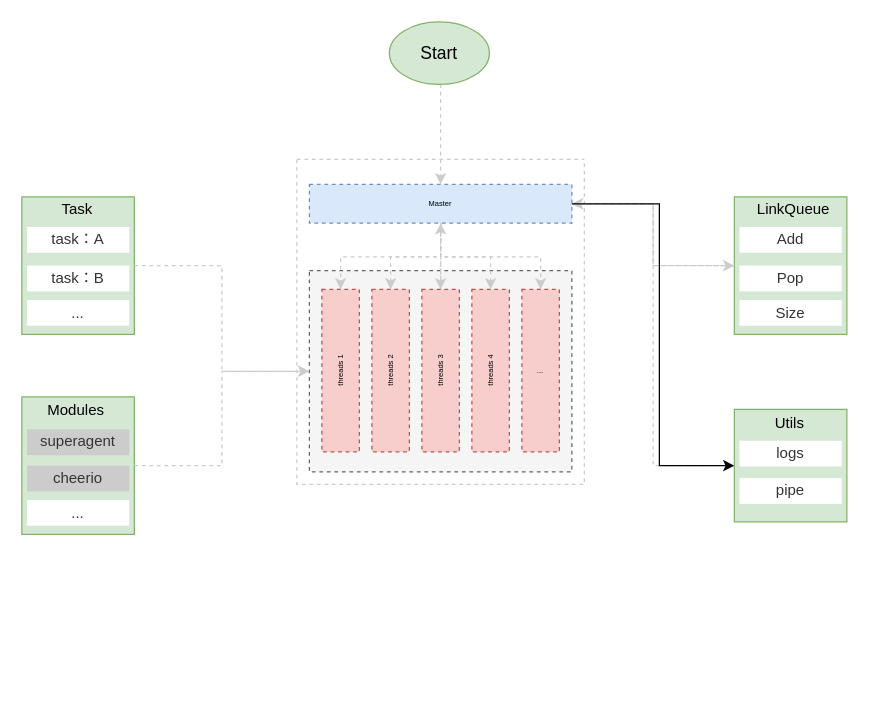
Above: Untitled Diagram.drawio in cliek/files (draw.io), before the change. Source tidied: cells renumbered, new cells numbered last; positions are measured from the earlier drawing's top-left corner, leaving out a move shared by most shapes. Both pictures are drawn from the tidied source at 125%, with x=0, y=0 at pixel (21, 21).
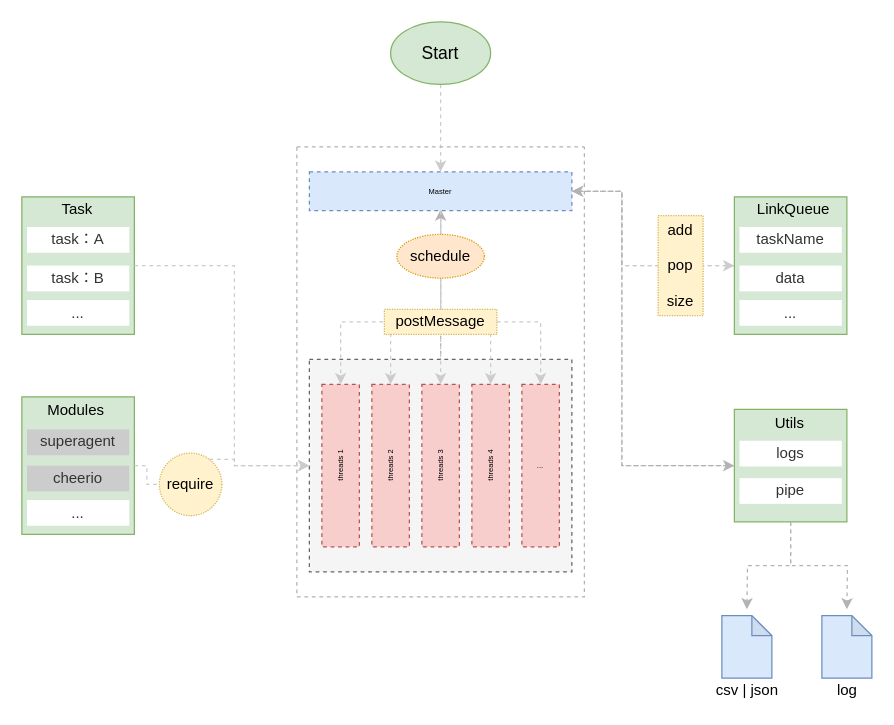
The same diagram, later.

Unchanged cells that the change refers to:
```xml
<mxCell id="3" style="rounded=0;whiteSpace=wrap;html=1;fillColor=#d5e8d4;strokeColor=#82b366;" parent="2" vertex="1">
  <mxGeometry width="90" height="110" as="geometry" />
</mxCell>
<mxCell id="11" style="rounded=0;whiteSpace=wrap;html=1;fillColor=#d5e8d4;strokeColor=#82b366;" parent="10" vertex="1">
  <mxGeometry width="90" height="110" as="geometry" />
</mxCell>
<mxCell id="41" style="rounded=0;whiteSpace=wrap;html=1;fillColor=#d5e8d4;strokeColor=#82b366;" parent="40" vertex="1">
  <mxGeometry width="90" height="90" as="geometry" />
</mxCell>
```

What changed in the source:
```diff
@@
+    <mxCell id="47" style="edgeStyle=none;rounded=0;jettySize=auto;html=1;dashed=1;strokeColor=#B3B3B3;" parent="1" edge="1" source="27">
+      <mxGeometry relative="1" as="geometry">
+        <mxPoint x="335" y="150" as="targetPoint" />
+        <Array as="points">
+          <mxPoint x="335" y="200" />
+        </Array>
+      </mxGeometry>
+    </mxCell>
@@
     <mxCell id="9" value="&lt;font style=&quot;font-size: 14px&quot;&gt;Start&lt;/font&gt;" style="ellipse;whiteSpace=wrap;html=1;fillColor=#d5e8d4;strokeColor=#82b366;" parent="1" vertex="1">
-      <mxGeometry x="294" width="80" height="50" as="geometry" />
+      <mxGeometry x="295" width="80" height="50" as="geometry" />
     </mxCell>
@@
-    <mxCell id="16" style="swimlane;startSize=0;dashed=1;fontSize=6;strokeColor=#CCCCCC;strokeWidth=1;fillColor=#ffffff;" parent="1" vertex="1">
-      <mxGeometry x="220" y="110" width="230" height="260" as="geometry" />
+    <mxCell id="16" style="swimlane;startSize=0;dashed=1;fontSize=6;strokeWidth=1;fillColor=#B3B3B3;strokeColor=#B3B3B3;" parent="1" vertex="1">
+      <mxGeometry x="220" y="100" width="230" height="360" as="geometry" />
     </mxCell>
+    <mxCell id="23" value="Master" style="whiteSpace=wrap;html=1;dashed=1;fontSize=6;strokeColor=#6c8ebf;strokeWidth=1;fillColor=#dae8fc;" parent="16" vertex="1">
+      <mxGeometry x="10" y="20" width="210" height="31" as="geometry" />
+    </mxCell>
     <mxCell id="17" style="rounded=0;whiteSpace=wrap;html=1;dashed=1;fontSize=6;fontColor=#333333;strokeColor=#666666;strokeWidth=1;fillColor=#f5f5f5;verticalAlign=middle;" parent="16" vertex="1">
-      <mxGeometry x="10" y="89" width="210" height="161" as="geometry" />
+      <mxGeometry x="10" y="170" width="210" height="170" as="geometry" />
     </mxCell>
-    <mxCell id="18" style="edgeStyle=elbowEdgeStyle;rounded=0;jettySize=auto;elbow=vertical;html=1;entryX=0.5;entryY=0;entryDx=0;entryDy=0;dashed=1;fontSize=6;strokeColor=#CCCCCC;" parent="16" edge="1" source="23" target="29">
-      <mxGeometry relative="1" as="geometry" />
-    </mxCell>
-    <mxCell id="19" style="edgeStyle=elbowEdgeStyle;rounded=0;jettySize=auto;elbow=vertical;html=1;entryX=0.5;entryY=0;entryDx=0;entryDy=0;dashed=1;fontSize=6;strokeColor=#CCCCCC;" parent="16" edge="1" source="23" target="28">
-      <mxGeometry relative="1" as="geometry" />
-    </mxCell>
+    <mxCell id="24" value="threads 1" style="whiteSpace=wrap;html=1;dashed=1;fontSize=6;strokeColor=#b85450;strokeWidth=1;fillColor=#f8cecc;horizontal=0;verticalAlign=middle;" parent="16" vertex="1">
+      <mxGeometry x="20" y="190" width="30" height="130" as="geometry" />
+    </mxCell>
+    <mxCell id="25" value="threads 2" style="whiteSpace=wrap;html=1;dashed=1;fontSize=6;strokeColor=#b85450;strokeWidth=1;fillColor=#f8cecc;horizontal=0;" parent="16" vertex="1">
+      <mxGeometry x="60" y="190" width="30" height="130" as="geometry" />
+    </mxCell>
+    <mxCell id="27" value="threads 3" style="whiteSpace=wrap;html=1;dashed=1;fontSize=6;strokeColor=#b85450;strokeWidth=1;fillColor=#f8cecc;horizontal=0;" parent="16" vertex="1">
+      <mxGeometry x="100" y="190" width="30" height="130" as="geometry" />
+    </mxCell>
+    <mxCell id="28" value="threads 4" style="whiteSpace=wrap;html=1;dashed=1;fontSize=6;strokeColor=#b85450;strokeWidth=1;fillColor=#f8cecc;horizontal=0;" parent="16" vertex="1">
+      <mxGeometry x="140" y="190" width="30" height="130" as="geometry" />
+    </mxCell>
+    <mxCell id="29" value="..." style="whiteSpace=wrap;html=1;dashed=1;fontSize=6;strokeColor=#b85450;strokeWidth=1;fillColor=#f8cecc;" parent="16" vertex="1">
+      <mxGeometry x="180" y="190" width="30" height="130" as="geometry" />
+    </mxCell>
-    <mxCell id="20" style="edgeStyle=elbowEdgeStyle;rounded=0;jettySize=auto;elbow=vertical;html=1;entryX=0.5;entryY=0;entryDx=0;entryDy=0;dashed=1;fontSize=6;strokeColor=#CCCCCC;" parent="16" edge="1" source="23" target="27">
-      <mxGeometry relative="1" as="geometry" />
+    <mxCell id="20" style="edgeStyle=elbowEdgeStyle;rounded=0;orthogonalLoop=1;jettySize=auto;elbow=vertical;html=1;dashed=1;fontSize=6;strokeColor=#CCCCCC;" parent="16" edge="1">
+      <mxGeometry relative="1" as="geometry">
+        <mxPoint x="115" y="51" as="sourcePoint" />
+        <mxPoint x="115" y="190" as="targetPoint" />
+      </mxGeometry>
     </mxCell>
-    <mxCell id="21" style="edgeStyle=elbowEdgeStyle;rounded=0;jettySize=auto;elbow=vertical;html=1;entryX=0.5;entryY=0;entryDx=0;entryDy=0;dashed=1;fontSize=6;strokeColor=#CCCCCC;" parent="16" edge="1" source="23" target="24">
-      <mxGeometry relative="1" as="geometry" />
+    <mxCell id="21" style="edgeStyle=elbowEdgeStyle;rounded=0;orthogonalLoop=1;jettySize=auto;elbow=vertical;html=1;dashed=1;fontSize=6;strokeColor=#CCCCCC;" parent="16" edge="1">
+      <mxGeometry relative="1" as="geometry">
+        <mxPoint x="115" y="60" as="sourcePoint" />
+        <mxPoint x="35" y="190" as="targetPoint" />
+        <Array as="points">
+          <mxPoint x="80" y="140" />
+        </Array>
+      </mxGeometry>
     </mxCell>
-    <mxCell id="22" style="edgeStyle=elbowEdgeStyle;rounded=0;jettySize=auto;elbow=vertical;html=1;entryX=0.5;entryY=0;entryDx=0;entryDy=0;dashed=1;fontSize=6;strokeColor=#CCCCCC;" parent="16" edge="1" source="23" target="25">
-      <mxGeometry relative="1" as="geometry" />
+    <mxCell id="22" style="edgeStyle=elbowEdgeStyle;rounded=0;orthogonalLoop=1;jettySize=auto;elbow=vertical;html=1;dashed=1;fontSize=6;strokeColor=#CCCCCC;" parent="16" edge="1">
+      <mxGeometry relative="1" as="geometry">
+        <mxPoint x="115" y="51" as="sourcePoint" />
+        <mxPoint x="75" y="190" as="targetPoint" />
+        <Array as="points">
+          <mxPoint x="90" y="140" />
+        </Array>
+      </mxGeometry>
     </mxCell>
-    <mxCell id="23" value="Master" style="whiteSpace=wrap;html=1;dashed=1;fontSize=6;strokeColor=#6c8ebf;strokeWidth=1;fillColor=#dae8fc;" parent="16" vertex="1">
-      <mxGeometry x="10" y="20" width="210" height="31" as="geometry" />
-    </mxCell>
-    <mxCell id="24" value="threads 1" style="whiteSpace=wrap;html=1;dashed=1;fontSize=6;strokeColor=#b85450;strokeWidth=1;fillColor=#f8cecc;horizontal=0;verticalAlign=middle;" parent="16" vertex="1">
-      <mxGeometry x="20" y="104" width="30" height="130" as="geometry" />
-    </mxCell>
-    <mxCell id="25" value="threads 2" style="whiteSpace=wrap;html=1;dashed=1;fontSize=6;strokeColor=#b85450;strokeWidth=1;fillColor=#f8cecc;horizontal=0;" parent="16" vertex="1">
-      <mxGeometry x="60" y="104" width="30" height="130" as="geometry" />
-    </mxCell>
-    <mxCell id="26" style="edgeStyle=elbowEdgeStyle;rounded=0;jettySize=auto;elbow=vertical;html=1;entryX=0.5;entryY=1;entryDx=0;entryDy=0;dashed=1;fontSize=6;strokeColor=#CCCCCC;" parent="16" edge="1" source="27" target="23">
-      <mxGeometry relative="1" as="geometry" />
-    </mxCell>
-    <mxCell id="27" value="threads 3" style="whiteSpace=wrap;html=1;dashed=1;fontSize=6;strokeColor=#b85450;strokeWidth=1;fillColor=#f8cecc;horizontal=0;" parent="16" vertex="1">
-      <mxGeometry x="100" y="104" width="30" height="130" as="geometry" />
-    </mxCell>
-    <mxCell id="28" value="threads 4" style="whiteSpace=wrap;html=1;dashed=1;fontSize=6;strokeColor=#b85450;strokeWidth=1;fillColor=#f8cecc;horizontal=0;" parent="16" vertex="1">
-      <mxGeometry x="140" y="104" width="30" height="130" as="geometry" />
-    </mxCell>
-    <mxCell id="29" value="..." style="whiteSpace=wrap;html=1;dashed=1;fontSize=6;strokeColor=#b85450;strokeWidth=1;fillColor=#f8cecc;" parent="16" vertex="1">
-      <mxGeometry x="180" y="104" width="30" height="130" as="geometry" />
-    </mxCell>
+    <mxCell id="19" style="edgeStyle=elbowEdgeStyle;rounded=0;jettySize=auto;elbow=vertical;html=1;entryX=0.5;entryY=0;entryDx=0;entryDy=0;dashed=1;fontSize=6;strokeColor=#CCCCCC;" parent="16" edge="1" target="28">
+      <mxGeometry relative="1" as="geometry">
+        <mxPoint x="115" y="51" as="sourcePoint" />
+        <Array as="points">
+          <mxPoint x="130" y="140" />
+        </Array>
+      </mxGeometry>
+    </mxCell>
+    <mxCell id="18" style="edgeStyle=elbowEdgeStyle;rounded=0;jettySize=auto;elbow=vertical;html=1;dashed=1;fontSize=6;strokeColor=#CCCCCC;startArrow=none;" parent="16" edge="1" source="49">
+      <mxGeometry relative="1" as="geometry">
+        <mxPoint x="195" y="190" as="targetPoint" />
+        <Array as="points">
+          <mxPoint x="180" y="140" />
+        </Array>
+      </mxGeometry>
+    </mxCell>
+    <mxCell id="48" value="schedule" style="ellipse;whiteSpace=wrap;html=1;dashed=1;dashPattern=1 1;fillColor=#ffe6cc;strokeColor=#d79b00;" parent="16" vertex="1">
+      <mxGeometry x="80" y="70" width="70" height="35" as="geometry" />
+    </mxCell>
+    <mxCell id="49" value="postMessage" style="rounded=0;whiteSpace=wrap;html=1;dashed=1;dashPattern=1 1;fillColor=#fff2cc;strokeColor=#d6b656;" parent="16" vertex="1">
+      <mxGeometry x="70" y="130" width="90" height="20" as="geometry" />
+    </mxCell>
     <mxCell id="30" style="edgeStyle=elbowEdgeStyle;rounded=0;jettySize=auto;html=1;dashed=1;fontSize=6;fontColor=#CCCCCC;strokeColor=#CCCCCC;entryX=0;entryY=0.5;entryDx=0;entryDy=0;" parent="1" edge="1" source="3" target="17">
-      <mxGeometry relative="1" as="geometry" />
+      <mxGeometry relative="1" as="geometry">
+        <Array as="points">
+          <mxPoint x="170" y="270" />
+          <mxPoint x="160" y="260" />
+        </Array>
+      </mxGeometry>
     </mxCell>
-    <mxCell id="31" style="edgeStyle=elbowEdgeStyle;rounded=0;jettySize=auto;html=1;dashed=1;fontSize=6;fontColor=#CCCCCC;strokeColor=#CCCCCC;entryX=0;entryY=0.5;entryDx=0;entryDy=0;" parent="1" edge="1" source="11" target="17">
-      <mxGeometry relative="1" as="geometry" />
+    <mxCell id="31" style="edgeStyle=elbowEdgeStyle;rounded=0;jettySize=auto;html=1;dashed=1;fontSize=6;fontColor=#CCCCCC;strokeColor=#CCCCCC;entryX=0;entryY=0.5;entryDx=0;entryDy=0;startArrow=none;" parent="1" edge="1" source="57" target="17">
+      <mxGeometry relative="1" as="geometry">
+        <Array as="points">
+          <mxPoint x="170" y="350" />
+        </Array>
+      </mxGeometry>
     </mxCell>
-    <mxCell id="32" style="group;" parent="1" vertex="1">
-      <mxGeometry x="570" y="140" width="90" height="110" as="geometry" />
-    </mxCell>
-    <mxCell id="33" style="rounded=0;whiteSpace=wrap;html=1;fillColor=#d5e8d4;strokeColor=#82b366;" parent="32" vertex="1">
-      <mxGeometry width="90" height="110" as="geometry" />
-    </mxCell>
-    <mxCell id="34" value="Add" style="rounded=0;whiteSpace=wrap;html=1;fontColor=#333333;strokeWidth=1;strokeColor=none;" parent="32" vertex="1">
-      <mxGeometry x="4.1" y="24.1" width="81.8" height="20.6" as="geometry" />
-    </mxCell>
-    <mxCell id="35" value="LinkQueue" style="text;html=1;align=center;verticalAlign=middle;fillColor=none;strokeColor=none;rounded=0;" parent="32" vertex="1">
-      <mxGeometry x="11.7" width="70" height="20" as="geometry" />
-    </mxCell>
-    <mxCell id="36" value="Pop" style="rounded=0;whiteSpace=wrap;html=1;fontColor=#333333;strokeColor=none;" parent="32" vertex="1">
-      <mxGeometry x="4.1" y="55" width="81.8" height="20.6" as="geometry" />
-    </mxCell>
-    <mxCell id="37" value="Size" style="rounded=0;whiteSpace=wrap;html=1;fontColor=#333333;strokeColor=none;" parent="32" vertex="1">
-      <mxGeometry x="4.1" y="82.5" width="81.8" height="20.6" as="geometry" />
-    </mxCell>
     <mxCell id="38" style="edgeStyle=elbowEdgeStyle;rounded=0;jettySize=auto;html=1;dashed=1;fontSize=6;fontColor=#CCCCCC;strokeColor=#CCCCCC;" parent="1" edge="1" source="23">
       <mxGeometry relative="1" as="geometry">
         <mxPoint x="570" y="195" as="targetPoint" />
+        <Array as="points">
+          <mxPoint x="480" y="180" />
+          <mxPoint x="510" y="170" />
+        </Array>
       </mxGeometry>
     </mxCell>
     <mxCell id="39" style="edgeStyle=elbowEdgeStyle;rounded=0;jettySize=auto;html=1;entryX=1;entryY=0.5;entryDx=0;entryDy=0;dashed=1;fontSize=6;fontColor=#CCCCCC;strokeColor=#CCCCCC;" parent="1" edge="1" source="33" target="23">
       <mxGeometry relative="1" as="geometry">
         <Array as="points">
+          <mxPoint x="480" y="195" />
+          <mxPoint x="510" y="195" />
+          <mxPoint x="505" y="195" />
+          <mxPoint x="505" y="190" />
           <mxPoint x="505" y="195" />
           <mxPoint x="505" y="200" />
         </Array>
       </mxGeometry>
     </mxCell>
@@
-    <mxCell id="45" style="edgeStyle=elbowEdgeStyle;rounded=0;jettySize=auto;html=1;dashed=1;fontSize=6;fontColor=#CCCCCC;strokeColor=#CCCCCC;entryX=1;entryY=0.5;entryDx=0;entryDy=0;" parent="1" edge="1" source="41" target="23">
-      <mxGeometry relative="1" as="geometry" />
+    <mxCell id="45" style="edgeStyle=elbowEdgeStyle;rounded=0;jettySize=auto;html=1;dashed=1;fontSize=6;fontColor=#CCCCCC;entryX=1;entryY=0.5;entryDx=0;entryDy=0;strokeColor=#B3B3B3;" parent="1" edge="1" source="41" target="23">
+      <mxGeometry relative="1" as="geometry">
+        <Array as="points">
+          <mxPoint x="480" y="170" />
+          <mxPoint x="510" y="230" />
+        </Array>
+      </mxGeometry>
     </mxCell>
-    <mxCell id="46" style="edgeStyle=orthogonalEdgeStyle;rounded=0;jettySize=auto;html=1;" parent="1" edge="1" source="23" target="41">
+    <mxCell id="46" style="edgeStyle=orthogonalEdgeStyle;rounded=0;jettySize=auto;html=1;strokeColor=#B3B3B3;dashed=1;" parent="1" edge="1" source="23" target="41">
       <mxGeometry relative="1" as="geometry">
         <Array as="points">
-          <mxPoint x="510" y="146" />
-          <mxPoint x="510" y="355" />
+          <mxPoint x="480" y="135" />
+          <mxPoint x="480" y="355" />
         </Array>
       </mxGeometry>
     </mxCell>
+    <mxCell id="50" style="edgeStyle=orthogonalEdgeStyle;rounded=0;jettySize=auto;html=1;dashed=1;strokeColor=#B3B3B3;" parent="1" edge="1" source="41">
+      <mxGeometry relative="1" as="geometry">
+        <mxPoint x="580" y="470" as="targetPoint" />
+      </mxGeometry>
+    </mxCell>
+    <mxCell id="51" style="edgeStyle=orthogonalEdgeStyle;rounded=0;jettySize=auto;html=1;dashed=1;strokeColor=#B3B3B3;" parent="1" edge="1" source="41">
+      <mxGeometry relative="1" as="geometry">
+        <mxPoint x="660" y="470" as="targetPoint" />
+      </mxGeometry>
+    </mxCell>
+    <mxCell id="52" style="shape=note;whiteSpace=wrap;html=1;backgroundOutline=1;darkOpacity=0.05;size=16;fillColor=#dae8fc;strokeColor=#6c8ebf;" parent="1" vertex="1">
+      <mxGeometry x="560" y="475" width="40" height="50" as="geometry" />
+    </mxCell>
+    <mxCell id="53" style="shape=note;whiteSpace=wrap;html=1;backgroundOutline=1;darkOpacity=0.05;size=16;fillColor=#dae8fc;strokeColor=#6c8ebf;" parent="1" vertex="1">
+      <mxGeometry x="640" y="475" width="40" height="50" as="geometry" />
+    </mxCell>
+    <mxCell id="54" value="csv | json" style="text;html=1;align=center;verticalAlign=middle;fillColor=none;strokeColor=none;rounded=0;" parent="1" vertex="1">
+      <mxGeometry x="545" y="525" width="70" height="20" as="geometry" />
+    </mxCell>
+    <mxCell id="55" value="log" style="text;html=1;align=center;verticalAlign=middle;fillColor=none;strokeColor=none;rounded=0;" parent="1" vertex="1">
+      <mxGeometry x="645" y="525" width="30" height="20" as="geometry" />
+    </mxCell>
+    <mxCell id="33" style="rounded=0;whiteSpace=wrap;html=1;fillColor=#d5e8d4;strokeColor=#82b366;" parent="1" vertex="1">
+      <mxGeometry x="570" y="140" width="90" height="110" as="geometry" />
+    </mxCell>
+    <mxCell id="34" value="taskName" style="rounded=0;whiteSpace=wrap;html=1;fontColor=#333333;strokeWidth=1;strokeColor=none;" parent="1" vertex="1">
+      <mxGeometry x="574.1" y="164.1" width="81.8" height="20.6" as="geometry" />
+    </mxCell>
+    <mxCell id="35" value="LinkQueue" style="text;html=1;align=center;verticalAlign=middle;fillColor=none;strokeColor=none;rounded=0;" parent="1" vertex="1">
+      <mxGeometry x="581.7" y="140" width="70" height="20" as="geometry" />
+    </mxCell>
+    <mxCell id="36" value="data" style="rounded=0;whiteSpace=wrap;html=1;fontColor=#333333;strokeColor=none;" parent="1" vertex="1">
+      <mxGeometry x="574.1" y="195" width="81.8" height="20.6" as="geometry" />
+    </mxCell>
+    <mxCell id="37" value="..." style="rounded=0;whiteSpace=wrap;html=1;fontColor=#333333;strokeColor=none;" parent="1" vertex="1">
+      <mxGeometry x="574.1" y="222.5" width="81.8" height="20.6" as="geometry" />
+    </mxCell>
+    <mxCell id="56" value="add&lt;br&gt;&lt;br&gt;pop&lt;br&gt;&lt;br&gt;size" style="rounded=0;whiteSpace=wrap;html=1;fillColor=#fff2cc;strokeColor=#d6b656;dashed=1;dashPattern=1 1;" parent="1" vertex="1">
+      <mxGeometry x="509" y="155" width="36" height="80" as="geometry" />
+    </mxCell>
+    <mxCell id="57" value="require" style="ellipse;whiteSpace=wrap;html=1;dashed=1;dashPattern=1 1;fillColor=#fff2cc;strokeColor=#d6b656;" parent="1" vertex="1">
+      <mxGeometry x="110" y="345" width="50" height="50" as="geometry" />
+    </mxCell>
+    <mxCell id="58" style="edgeStyle=elbowEdgeStyle;rounded=0;jettySize=auto;html=1;dashed=1;fontSize=6;fontColor=#CCCCCC;strokeColor=#CCCCCC;entryX=0;entryY=0.5;entryDx=0;entryDy=0;endArrow=none;" parent="1" edge="1" source="11" target="57">
+      <mxGeometry relative="1" as="geometry" />
+    </mxCell>
+    <mxCell id="59" style="edgeStyle=none;rounded=0;orthogonalLoop=1;jettySize=auto;html=1;exitX=0.5;exitY=1;exitDx=0;exitDy=0;dashed=1;strokeColor=#B3B3B3;" parent="1" edge="1" source="16" target="16">
+      <mxGeometry relative="1" as="geometry" />
+    </mxCell>
```
